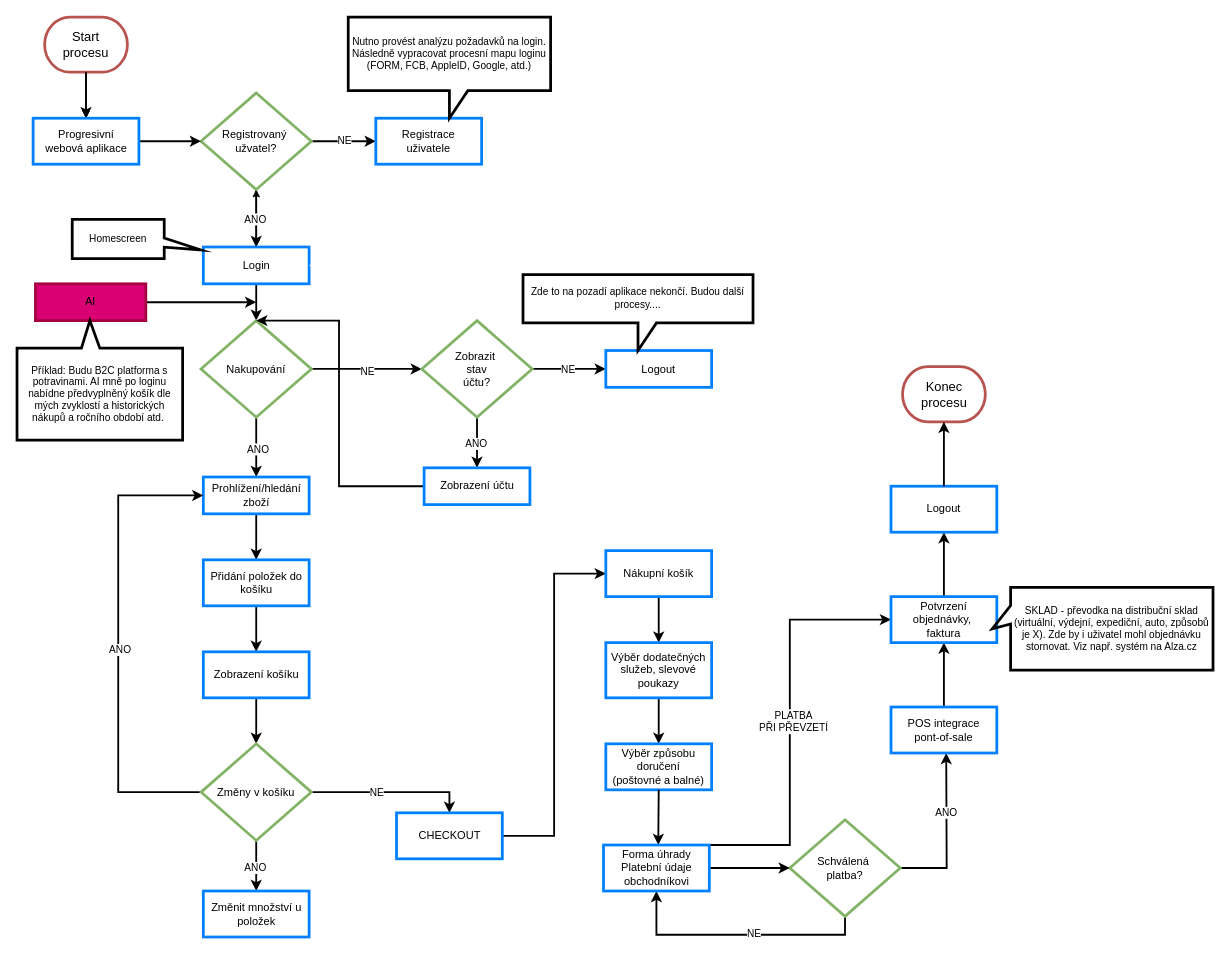
The draw.io diagram page "Stránka-1" (1 of 3) of asseco_solutions/asseco_solution_case_study_v1.drawio in janbavor/drawio, before the edit. Source tidied: cells renumbered, new cells numbered last; positions are measured from the earlier drawing's top-left corner, leaving out a move shared by most shapes. Both pictures are drawn from the tidied source at 92%, with x=0, y=0 at pixel (17, 17).
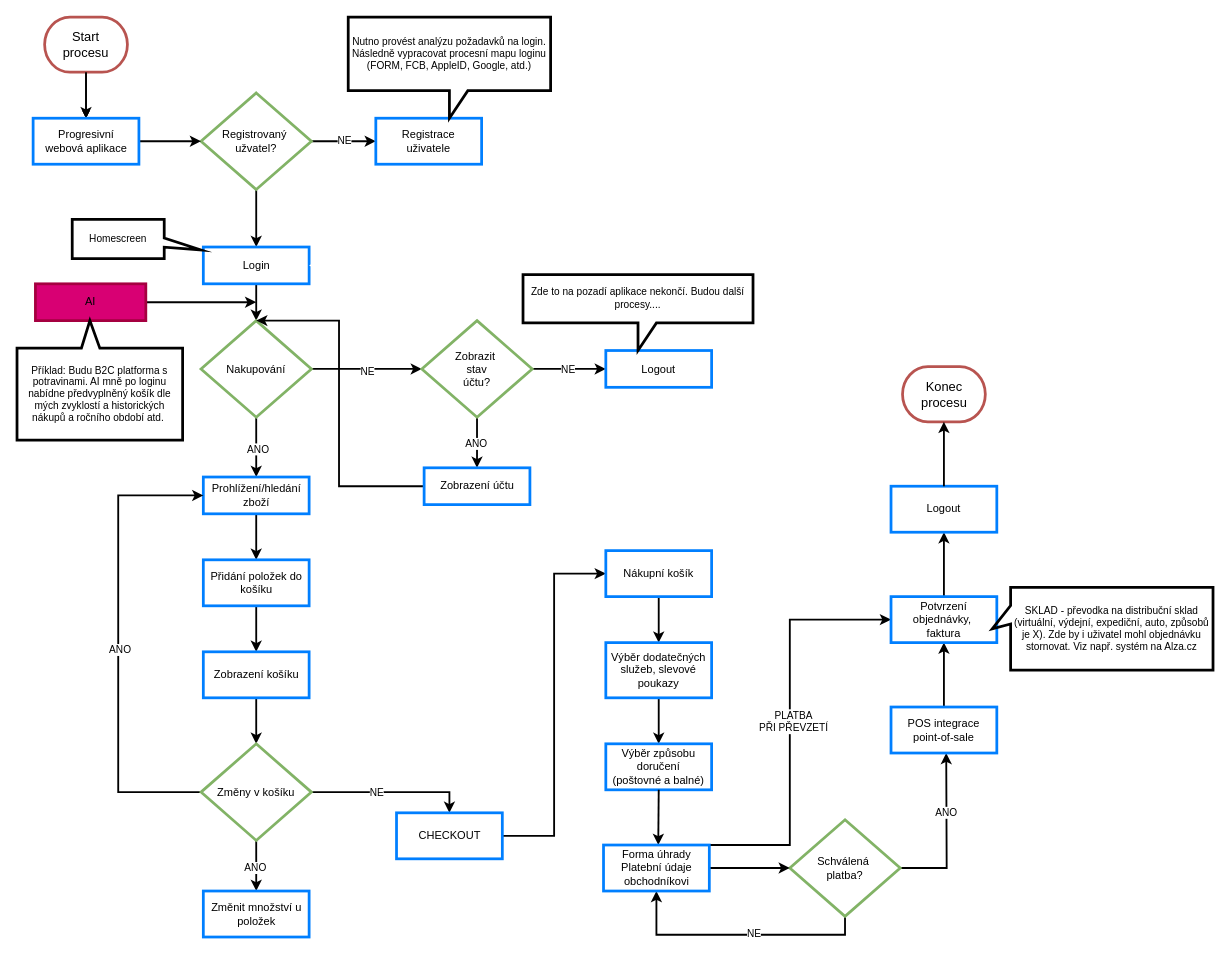
The same page after the edit.

Unchanged cells that the change refers to:
```xml
<mxCell id="12" value="&lt;font&gt;Registrovaný&amp;nbsp;&lt;br&gt;užvatel?&lt;br&gt;&lt;/font&gt;" style="rhombus;whiteSpace=wrap;html=1;fillColor=none;strokeColor=#82b366;strokeWidth=3;fillStyle=auto;fontColor=#000000;" parent="1" vertex="1">
  <mxGeometry x="200" y="82.5" width="120" height="105" as="geometry" />
</mxCell>
<mxCell id="14" value="&lt;font&gt;Login&lt;/font&gt;" style="whiteSpace=wrap;html=1;fillColor=none;strokeColor=#007FFF;strokeWidth=3;fillStyle=auto;fontColor=#000000;" parent="1" vertex="1">
  <mxGeometry x="202.5" y="250" width="115" height="40" as="geometry" />
</mxCell>
```

What changed in the source:
```diff
@@
-    <mxCell id="3" style="edgeStyle=orthogonalEdgeStyle;rounded=0;jettySize=auto;html=1;fontColor=#000000;" parent="1" edge="1" source="14" target="12">
-      <mxGeometry relative="1" as="geometry" />
-    </mxCell>
@@
-    <mxCell id="7" style="edgeStyle=orthogonalEdgeStyle;rounded=0;jettySize=auto;html=1;fontColor=#000000;" parent="1" edge="1" source="12" target="14">
-      <mxGeometry relative="1" as="geometry" />
-    </mxCell>
@@
-    <mxCell id="10" style="edgeStyle=orthogonalEdgeStyle;shape=connector;rounded=0;jettySize=auto;html=1;exitX=0.5;exitY=1;exitDx=0;exitDy=0;entryX=0.5;entryY=0;entryDx=0;entryDy=0;labelBackgroundColor=default;strokeColor=#000000;strokeWidth=2;align=center;verticalAlign=middle;fontFamily=Helvetica;fontSize=11;fontColor=#000000;endArrow=classic;" parent="1" edge="1" source="12" target="14">
-      <mxGeometry relative="1" as="geometry" />
-    </mxCell>
-    <mxCell id="11" value="ANO" style="edgeLabel;html=1;align=center;verticalAlign=middle;fontSize=11;fontFamily=Helvetica;fontColor=#000000;" parent="10" vertex="1">
-      <mxGeometry x="-0.02" y="-2" relative="1" as="geometry">
-        <mxPoint y="1" as="offset" />
-      </mxGeometry>
-    </mxCell>
+    <mxCell id="78" style="edgeStyle=orthogonalEdgeStyle;rounded=0;jettySize=auto;html=1;exitX=0.5;exitY=1;exitDx=0;exitDy=0;strokeWidth=2;" parent="1" edge="1" source="12" target="14">
+      <mxGeometry relative="1" as="geometry" />
+    </mxCell>
@@
-    <mxCell id="71" value="&lt;font&gt;POS integrace&lt;br&gt;pont-of-sale&lt;br&gt;&lt;/font&gt;" style="whiteSpace=wrap;html=1;fillColor=none;strokeColor=#007FFF;strokeWidth=3;fillStyle=auto;fontColor=#000000;" parent="1" vertex="1">
+    <mxCell id="71" value="&lt;font&gt;POS integrace&lt;br&gt;point-of-sale&lt;br&gt;&lt;/font&gt;" style="whiteSpace=wrap;html=1;fillColor=none;strokeColor=#007FFF;strokeWidth=3;fillStyle=auto;fontColor=#000000;" parent="1" vertex="1">
       <mxGeometry x="950" y="750" width="115" height="50" as="geometry" />
     </mxCell>
```
